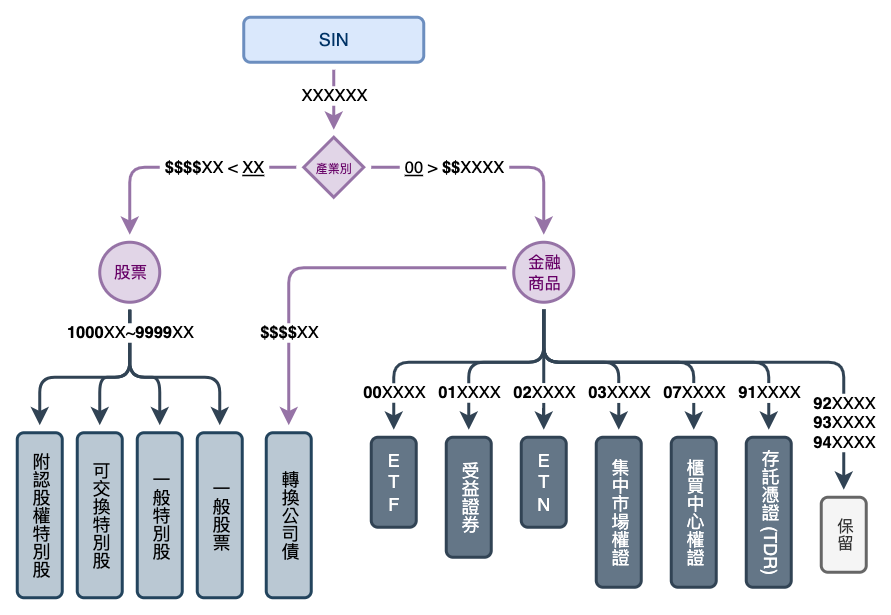
This is docs/TSIN-And-IND-CODE.png from LsYueh/know-your-sin, a draw.io export, as it was before one commit. Source tidied: cells renumbered, new cells last; positions are measured from the earlier drawing's top-left corner, leaving out a move shared by most shapes. Its diagram source:
```xml
<mxGraphModel>
  <root>
    <mxCell id="0" />
    <mxCell id="1" parent="0" />
    <mxCell id="2" value="SIN" style="rounded=1;whiteSpace=wrap;html=1;strokeWidth=2;fillColor=#dae8fc;strokeColor=#6c8ebf;fontColor=#003366;" parent="1" vertex="1">
      <mxGeometry x="151" width="120" height="30" as="geometry" />
    </mxCell>
    <mxCell id="3" value="&lt;b&gt;&amp;nbsp;$$$$&lt;/b&gt;XX &amp;lt;&amp;nbsp;&lt;u&gt;XX&lt;/u&gt;&amp;nbsp;" style="edgeStyle=orthogonalEdgeStyle;shape=connector;curved=0;rounded=1;jettySize=auto;html=1;strokeColor=#9673a6;strokeWidth=2;align=center;verticalAlign=middle;fontFamily=Helvetica;fontSize=11;fontColor=default;labelBackgroundColor=default;endArrow=classic;sourcePerimeterSpacing=5;targetPerimeterSpacing=5;fillColor=#e1d5e7;" parent="1" edge="1" source="5" target="12">
      <mxGeometry x="-0.29" relative="1" as="geometry">
        <Array as="points">
          <mxPoint x="75" y="100" />
        </Array>
      </mxGeometry>
    </mxCell>
    <mxCell id="4" value="&amp;nbsp;&lt;u style=&quot;&quot;&gt;00&lt;/u&gt; &amp;gt; &lt;b&gt;$$&lt;/b&gt;XXXX&amp;nbsp;" style="edgeStyle=orthogonalEdgeStyle;shape=connector;curved=0;rounded=1;jettySize=auto;html=1;strokeColor=#9673a6;strokeWidth=2;align=center;verticalAlign=middle;fontFamily=Helvetica;fontSize=11;fontColor=default;labelBackgroundColor=default;endArrow=classic;sourcePerimeterSpacing=5;targetPerimeterSpacing=5;fillColor=#e1d5e7;" parent="1" edge="1" source="5" target="15">
      <mxGeometry x="-0.31" relative="1" as="geometry">
        <Array as="points">
          <mxPoint x="351" y="100" />
        </Array>
      </mxGeometry>
    </mxCell>
    <mxCell id="5" value="&lt;font style=&quot;font-size: 8px;&quot;&gt;產業別&lt;/font&gt;" style="strokeWidth=2;html=1;shape=mxgraph.flowchart.decision;whiteSpace=wrap;fontFamily=Helvetica;fontSize=11;labelBackgroundColor=none;fillColor=#e1d5e7;strokeColor=#9673a6;fontColor=#660066;" parent="1" vertex="1">
      <mxGeometry x="191" y="80" width="40" height="40" as="geometry" />
    </mxCell>
    <mxCell id="6" value="E&lt;div&gt;T&lt;/div&gt;&lt;div&gt;F&lt;/div&gt;" style="rounded=1;whiteSpace=wrap;html=1;strokeWidth=2;fillColor=#647687;strokeColor=#314354;fontColor=#ffffff;" parent="1" vertex="1">
      <mxGeometry x="236" y="280" width="30" height="60" as="geometry" />
    </mxCell>
    <mxCell id="7" value="&lt;b&gt;00&lt;/b&gt;XXXX" style="shape=connector;rounded=1;jettySize=auto;html=1;strokeColor=#314354;strokeWidth=2;align=center;verticalAlign=middle;fontFamily=Helvetica;fontSize=11;fontColor=default;labelBackgroundColor=default;endArrow=classic;sourcePerimeterSpacing=5;targetPerimeterSpacing=5;fillColor=#647687;edgeStyle=orthogonalEdgeStyle;elbow=vertical;" parent="1" edge="1" source="15" target="6">
      <mxGeometry x="0.72" relative="1" as="geometry">
        <Array as="points">
          <mxPoint x="351" y="230" />
          <mxPoint x="251" y="230" />
        </Array>
      </mxGeometry>
    </mxCell>
    <mxCell id="8" value="附認股權特別股" style="rounded=1;whiteSpace=wrap;html=1;strokeWidth=2;fillColor=#bac8d3;strokeColor=#23445d;textDirection=vertical-lr;verticalAlign=middle;" parent="1" vertex="1">
      <mxGeometry y="277" width="30" height="110" as="geometry" />
    </mxCell>
    <mxCell id="9" style="edgeStyle=orthogonalEdgeStyle;shape=connector;rounded=1;jettySize=auto;html=1;strokeColor=#314354;strokeWidth=2;align=center;verticalAlign=middle;fontFamily=Helvetica;fontSize=11;fontColor=default;labelBackgroundColor=default;endArrow=classic;sourcePerimeterSpacing=5;targetPerimeterSpacing=5;fillColor=#647687;elbow=vertical;" parent="1" edge="1" source="12" target="8">
      <mxGeometry relative="1" as="geometry">
        <Array as="points">
          <mxPoint x="75" y="240" />
          <mxPoint x="15" y="240" />
        </Array>
      </mxGeometry>
    </mxCell>
    <mxCell id="10" style="edgeStyle=orthogonalEdgeStyle;shape=connector;rounded=1;jettySize=auto;html=1;strokeColor=#314354;strokeWidth=2;align=center;verticalAlign=middle;fontFamily=Helvetica;fontSize=11;fontColor=default;labelBackgroundColor=default;endArrow=classic;sourcePerimeterSpacing=5;targetPerimeterSpacing=5;fillColor=#647687;elbow=vertical;" parent="1" edge="1" source="12" target="17">
      <mxGeometry relative="1" as="geometry">
        <Array as="points">
          <mxPoint x="75" y="240" />
          <mxPoint x="95" y="240" />
        </Array>
      </mxGeometry>
    </mxCell>
    <mxCell id="11" style="edgeStyle=orthogonalEdgeStyle;shape=connector;rounded=1;jettySize=auto;html=1;strokeColor=#314354;strokeWidth=2;align=center;verticalAlign=middle;fontFamily=Helvetica;fontSize=11;fontColor=default;labelBackgroundColor=default;endArrow=classic;sourcePerimeterSpacing=5;targetPerimeterSpacing=5;fillColor=#647687;elbow=vertical;" parent="1" edge="1" source="12" target="18">
      <mxGeometry relative="1" as="geometry">
        <Array as="points">
          <mxPoint x="75" y="240" />
          <mxPoint x="135" y="240" />
        </Array>
      </mxGeometry>
    </mxCell>
    <mxCell id="12" value="股票" style="verticalLabelPosition=middle;verticalAlign=middle;html=1;shape=mxgraph.flowchart.on-page_reference;fontFamily=Helvetica;fontSize=11;labelBackgroundColor=none;fillColor=#e1d5e7;strokeColor=#9673a6;strokeWidth=2;labelPosition=center;align=center;fontColor=#660066;" parent="1" vertex="1">
      <mxGeometry x="55" y="150" width="40" height="40" as="geometry" />
    </mxCell>
    <mxCell id="13" value="&lt;b&gt;01&lt;/b&gt;XXXX" style="shape=connector;rounded=1;jettySize=auto;html=1;strokeColor=#314354;strokeWidth=2;align=center;verticalAlign=middle;fontFamily=Helvetica;fontSize=11;fontColor=default;labelBackgroundColor=default;endArrow=classic;sourcePerimeterSpacing=5;targetPerimeterSpacing=5;fillColor=#647687;edgeStyle=orthogonalEdgeStyle;elbow=vertical;" parent="1" edge="1" source="15" target="19">
      <mxGeometry x="0.62" relative="1" as="geometry">
        <Array as="points">
          <mxPoint x="351" y="230" />
          <mxPoint x="301" y="230" />
        </Array>
      </mxGeometry>
    </mxCell>
    <mxCell id="14" value="&lt;b&gt;02&lt;/b&gt;&lt;span style=&quot;background-color: light-dark(#ffffff, var(--ge-dark-color, #121212)); color: light-dark(rgb(0, 0, 0), rgb(255, 255, 255));&quot;&gt;XXXX&lt;/span&gt;" style="shape=connector;rounded=1;jettySize=auto;html=1;strokeColor=#314354;strokeWidth=2;align=center;verticalAlign=middle;fontFamily=Helvetica;fontSize=11;fontColor=default;labelBackgroundColor=default;endArrow=classic;sourcePerimeterSpacing=5;targetPerimeterSpacing=5;fillColor=#647687;edgeStyle=orthogonalEdgeStyle;elbow=vertical;" parent="1" edge="1" source="15" target="21">
      <mxGeometry x="0.38" relative="1" as="geometry">
        <Array as="points">
          <mxPoint x="351" y="250" />
          <mxPoint x="351" y="250" />
        </Array>
      </mxGeometry>
    </mxCell>
    <mxCell id="15" value="金融&lt;br&gt;商品" style="verticalLabelPosition=middle;verticalAlign=middle;html=1;shape=mxgraph.flowchart.on-page_reference;fontFamily=Helvetica;fontSize=11;labelBackgroundColor=none;fillColor=#e1d5e7;strokeColor=#9673a6;strokeWidth=2;labelPosition=center;align=center;fontColor=#660066;" parent="1" vertex="1">
      <mxGeometry x="331" y="150" width="40" height="40" as="geometry" />
    </mxCell>
    <mxCell id="16" value="可交換特別股" style="rounded=1;whiteSpace=wrap;html=1;strokeWidth=2;fillColor=#bac8d3;strokeColor=#23445d;textDirection=vertical-lr;verticalAlign=middle;" parent="1" vertex="1">
      <mxGeometry x="40" y="277" width="30" height="110" as="geometry" />
    </mxCell>
    <mxCell id="17" value="一般特別股" style="rounded=1;whiteSpace=wrap;html=1;strokeWidth=2;fillColor=#bac8d3;strokeColor=#23445d;textDirection=vertical-lr;verticalAlign=middle;" parent="1" vertex="1">
      <mxGeometry x="80" y="277" width="30" height="110" as="geometry" />
    </mxCell>
    <mxCell id="18" value="一般股票" style="rounded=1;whiteSpace=wrap;html=1;strokeWidth=2;fillColor=#bac8d3;strokeColor=#23445d;textDirection=vertical-lr;verticalAlign=middle;" parent="1" vertex="1">
      <mxGeometry x="120" y="277" width="30" height="110" as="geometry" />
    </mxCell>
    <mxCell id="19" value="受益證券" style="rounded=1;whiteSpace=wrap;html=1;strokeWidth=2;fillColor=#647687;strokeColor=#314354;fontColor=#ffffff;textDirection=vertical-lr;" parent="1" vertex="1">
      <mxGeometry x="286" y="280" width="30" height="80" as="geometry" />
    </mxCell>
    <mxCell id="20" value="集中市場權證" style="rounded=1;whiteSpace=wrap;html=1;strokeWidth=2;fillColor=#647687;strokeColor=#314354;fontColor=#ffffff;textDirection=vertical-lr;" parent="1" vertex="1">
      <mxGeometry x="386" y="280" width="30" height="100" as="geometry" />
    </mxCell>
    <mxCell id="21" value="E&lt;div&gt;T&lt;/div&gt;&lt;div&gt;N&lt;/div&gt;" style="rounded=1;whiteSpace=wrap;html=1;strokeWidth=2;fillColor=#647687;strokeColor=#314354;fontColor=#ffffff;" parent="1" vertex="1">
      <mxGeometry x="336" y="280" width="30" height="60" as="geometry" />
    </mxCell>
    <mxCell id="22" value="&lt;b&gt;03&lt;/b&gt;&lt;span style=&quot;background-color: light-dark(#ffffff, var(--ge-dark-color, #121212)); color: light-dark(rgb(0, 0, 0), rgb(255, 255, 255));&quot;&gt;XXXX&lt;/span&gt;" style="shape=connector;rounded=1;jettySize=auto;html=1;strokeColor=#314354;strokeWidth=2;align=center;verticalAlign=middle;fontFamily=Helvetica;fontSize=11;fontColor=default;labelBackgroundColor=default;endArrow=classic;sourcePerimeterSpacing=5;targetPerimeterSpacing=5;fillColor=#647687;edgeStyle=orthogonalEdgeStyle;elbow=vertical;" parent="1" edge="1" source="15" target="20">
      <mxGeometry x="0.62" relative="1" as="geometry">
        <Array as="points">
          <mxPoint x="351" y="230" />
          <mxPoint x="401" y="230" />
        </Array>
      </mxGeometry>
    </mxCell>
    <mxCell id="23" value="轉換公司債" style="rounded=1;whiteSpace=wrap;html=1;strokeWidth=2;fillColor=#bac8d3;strokeColor=#23445d;textDirection=vertical-lr;verticalAlign=middle;" parent="1" vertex="1">
      <mxGeometry x="166" y="277" width="30" height="110" as="geometry" />
    </mxCell>
    <mxCell id="24" value="&lt;b&gt;$$$$&lt;/b&gt;XX" style="edgeStyle=orthogonalEdgeStyle;shape=connector;rounded=1;jettySize=auto;html=1;strokeColor=#9673a6;strokeWidth=2;align=center;verticalAlign=middle;fontFamily=Helvetica;fontSize=11;fontColor=default;labelBackgroundColor=default;endArrow=classic;sourcePerimeterSpacing=5;targetPerimeterSpacing=5;fillColor=#e1d5e7;elbow=vertical;" parent="1" edge="1" source="15" target="23">
      <mxGeometry x="0.5" relative="1" as="geometry">
        <Array as="points">
          <mxPoint x="181" y="167" />
        </Array>
      </mxGeometry>
    </mxCell>
    <mxCell id="25" value="XXXXXX" style="shape=connector;rounded=1;jettySize=auto;html=1;strokeColor=#9673a6;strokeWidth=2;align=center;verticalAlign=middle;fontFamily=Helvetica;fontSize=11;fontColor=default;labelBackgroundColor=default;endArrow=classic;sourcePerimeterSpacing=5;targetPerimeterSpacing=5;fillColor=#e1d5e7;" parent="1" edge="1" source="2" target="5">
      <mxGeometry x="-0.17" relative="1" as="geometry" />
    </mxCell>
    <mxCell id="26" value="&lt;b&gt;92&lt;/b&gt;XXXX&lt;br&gt;&lt;b&gt;93&lt;/b&gt;XXXX&lt;br&gt;&lt;div&gt;&lt;b&gt;94&lt;/b&gt;XXXX&lt;/div&gt;" style="edgeStyle=orthogonalEdgeStyle;shape=connector;rounded=1;jettySize=auto;html=1;strokeColor=#314354;strokeWidth=2;align=center;verticalAlign=middle;fontFamily=Helvetica;fontSize=11;fontColor=default;labelBackgroundColor=default;endArrow=classic;sourcePerimeterSpacing=5;targetPerimeterSpacing=5;fillColor=#647687;" parent="1" edge="1" source="15" target="31">
      <mxGeometry x="0.72" relative="1" as="geometry">
        <Array as="points">
          <mxPoint x="351" y="230" />
          <mxPoint x="551" y="230" />
        </Array>
      </mxGeometry>
    </mxCell>
    <mxCell id="27" value="櫃買中心權證" style="rounded=1;whiteSpace=wrap;html=1;strokeWidth=2;fillColor=#647687;strokeColor=#314354;fontColor=#ffffff;textDirection=vertical-lr;" parent="1" vertex="1">
      <mxGeometry x="436" y="280" width="30" height="100" as="geometry" />
    </mxCell>
    <mxCell id="28" value="&lt;b&gt;07&lt;/b&gt;&lt;span style=&quot;background-color: light-dark(#ffffff, var(--ge-dark-color, #121212)); color: light-dark(rgb(0, 0, 0), rgb(255, 255, 255));&quot;&gt;XXXX&lt;/span&gt;" style="shape=connector;rounded=1;jettySize=auto;html=1;strokeColor=#314354;strokeWidth=2;align=center;verticalAlign=middle;fontFamily=Helvetica;fontSize=11;fontColor=default;labelBackgroundColor=default;endArrow=classic;sourcePerimeterSpacing=5;targetPerimeterSpacing=5;fillColor=#647687;edgeStyle=orthogonalEdgeStyle;elbow=vertical;" parent="1" edge="1" source="15" target="27">
      <mxGeometry x="0.72" relative="1" as="geometry">
        <Array as="points">
          <mxPoint x="351" y="230" />
          <mxPoint x="451" y="230" />
        </Array>
      </mxGeometry>
    </mxCell>
    <mxCell id="29" value="存託憑證 (TDR)" style="rounded=1;whiteSpace=wrap;html=1;strokeWidth=2;fillColor=#647687;strokeColor=#314354;fontColor=#ffffff;textDirection=vertical-lr;" parent="1" vertex="1">
      <mxGeometry x="486" y="280" width="30" height="100" as="geometry" />
    </mxCell>
    <mxCell id="30" value="&lt;span style=&quot;background-color: light-dark(#ffffff, var(--ge-dark-color, #121212)); color: light-dark(rgb(0, 0, 0), rgb(255, 255, 255));&quot;&gt;&lt;b&gt;91&lt;/b&gt;XXXX&lt;/span&gt;" style="shape=connector;rounded=1;jettySize=auto;html=1;strokeColor=#314354;strokeWidth=2;align=center;verticalAlign=middle;fontFamily=Helvetica;fontSize=11;fontColor=default;labelBackgroundColor=default;endArrow=classic;sourcePerimeterSpacing=5;targetPerimeterSpacing=5;fillColor=#647687;edgeStyle=orthogonalEdgeStyle;elbow=vertical;" parent="1" edge="1" source="15" target="29">
      <mxGeometry x="0.78" relative="1" as="geometry">
        <Array as="points">
          <mxPoint x="351" y="230" />
          <mxPoint x="501" y="230" />
        </Array>
      </mxGeometry>
    </mxCell>
    <mxCell id="31" value="保留" style="rounded=1;whiteSpace=wrap;html=1;fontFamily=Helvetica;fontSize=11;fontColor=#333333;labelBackgroundColor=none;strokeWidth=2;fillColor=#f5f5f5;strokeColor=#666666;textDirection=vertical-lr;labelPosition=center;verticalLabelPosition=middle;align=center;verticalAlign=middle;" parent="1" vertex="1">
      <mxGeometry x="536" y="320" width="30" height="50" as="geometry" />
    </mxCell>
    <mxCell id="32" value="&lt;b&gt;1000&lt;/b&gt;XX~&lt;b&gt;9999&lt;/b&gt;XX" style="edgeStyle=orthogonalEdgeStyle;shape=connector;rounded=1;jettySize=auto;html=1;strokeColor=#314354;strokeWidth=2;align=center;verticalAlign=middle;fontFamily=Helvetica;fontSize=11;fontColor=default;labelBackgroundColor=default;endArrow=classic;sourcePerimeterSpacing=5;targetPerimeterSpacing=5;fillColor=#647687;elbow=vertical;" parent="1" edge="1" source="12" target="16">
      <mxGeometry x="-0.69" relative="1" as="geometry">
        <Array as="points">
          <mxPoint x="75" y="240" />
          <mxPoint x="55" y="240" />
        </Array>
      </mxGeometry>
    </mxCell>
  </root>
</mxGraphModel>
```
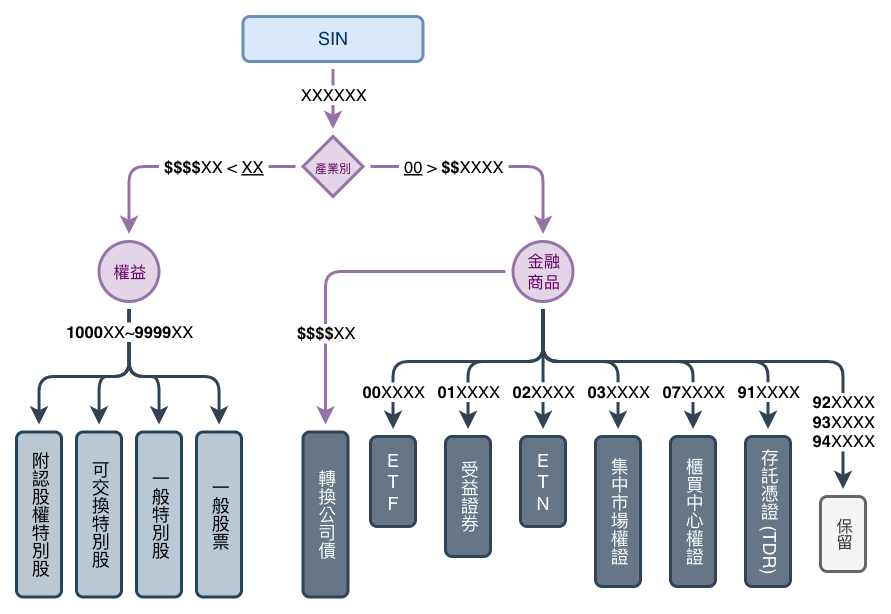
The same diagram one commit later.

Change to the diagram source:
```diff
@@ -60,7 +60,7 @@
         </Array>
       </mxGeometry>
     </mxCell>
-    <mxCell id="12" value="股票" style="verticalLabelPosition=middle;verticalAlign=middle;html=1;shape=mxgraph.flowchart.on-page_reference;fontFamily=Helvetica;fontSize=11;labelBackgroundColor=none;fillColor=#e1d5e7;strokeColor=#9673a6;strokeWidth=2;labelPosition=center;align=center;fontColor=#660066;" parent="1" vertex="1">
+    <mxCell id="12" value="權益" style="verticalLabelPosition=middle;verticalAlign=middle;html=1;shape=mxgraph.flowchart.on-page_reference;fontFamily=Helvetica;fontSize=11;labelBackgroundColor=none;fillColor=#e1d5e7;strokeColor=#9673a6;strokeWidth=2;labelPosition=center;align=center;fontColor=#660066;" parent="1" vertex="1">
       <mxGeometry x="55" y="150" width="40" height="40" as="geometry" />
     </mxCell>
     <mxCell id="13" value="&lt;b&gt;01&lt;/b&gt;XXXX" style="shape=connector;rounded=1;jettySize=auto;html=1;strokeColor=#314354;strokeWidth=2;align=center;verticalAlign=middle;fontFamily=Helvetica;fontSize=11;fontColor=default;labelBackgroundColor=default;endArrow=classic;sourcePerimeterSpacing=5;targetPerimeterSpacing=5;fillColor=#647687;edgeStyle=orthogonalEdgeStyle;elbow=vertical;" parent="1" edge="1" source="15" target="19">
@@ -108,13 +108,13 @@
         </Array>
       </mxGeometry>
     </mxCell>
-    <mxCell id="23" value="轉換公司債" style="rounded=1;whiteSpace=wrap;html=1;strokeWidth=2;fillColor=#bac8d3;strokeColor=#23445d;textDirection=vertical-lr;verticalAlign=middle;" parent="1" vertex="1">
-      <mxGeometry x="166" y="277" width="30" height="110" as="geometry" />
+    <mxCell id="23" value="轉換公司債" style="rounded=1;whiteSpace=wrap;html=1;strokeWidth=2;fillColor=#647687;strokeColor=#314354;textDirection=vertical-lr;verticalAlign=middle;fontColor=#ffffff;" parent="1" vertex="1">
+      <mxGeometry x="191" y="277" width="30" height="110" as="geometry" />
     </mxCell>
     <mxCell id="24" value="&lt;b&gt;$$$$&lt;/b&gt;XX" style="edgeStyle=orthogonalEdgeStyle;shape=connector;rounded=1;jettySize=auto;html=1;strokeColor=#9673a6;strokeWidth=2;align=center;verticalAlign=middle;fontFamily=Helvetica;fontSize=11;fontColor=default;labelBackgroundColor=default;endArrow=classic;sourcePerimeterSpacing=5;targetPerimeterSpacing=5;fillColor=#e1d5e7;elbow=vertical;" parent="1" edge="1" source="15" target="23">
-      <mxGeometry x="0.5" relative="1" as="geometry">
+      <mxGeometry x="0.45" relative="1" as="geometry">
         <Array as="points">
-          <mxPoint x="181" y="167" />
+          <mxPoint x="206" y="170" />
         </Array>
       </mxGeometry>
     </mxCell>
```
